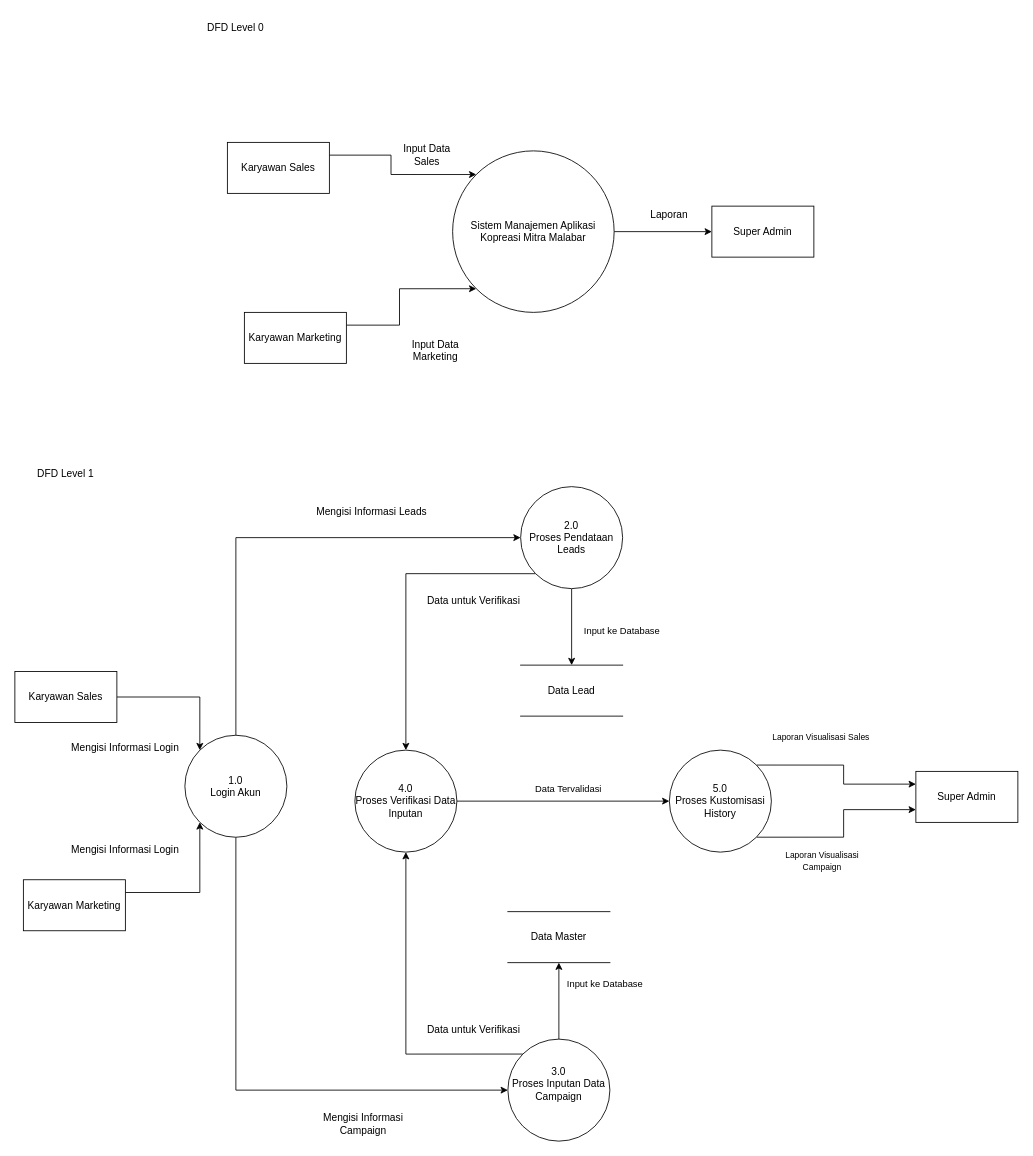
NararyaPutra/Dokumentasi_Project-Koperasi-Mitra-Malabar keeps this draw.io diagram as DFD_Koperasi Mitra Malabar.drawio.xml. Above is the earlier version. Source tidied: cells renumbered, new cells numbered last; positions are measured from the earlier drawing's top-left corner, leaving out a move shared by most shapes. Both pictures are drawn from the tidied source at 85%, with x=0, y=0 at pixel (14, 14).
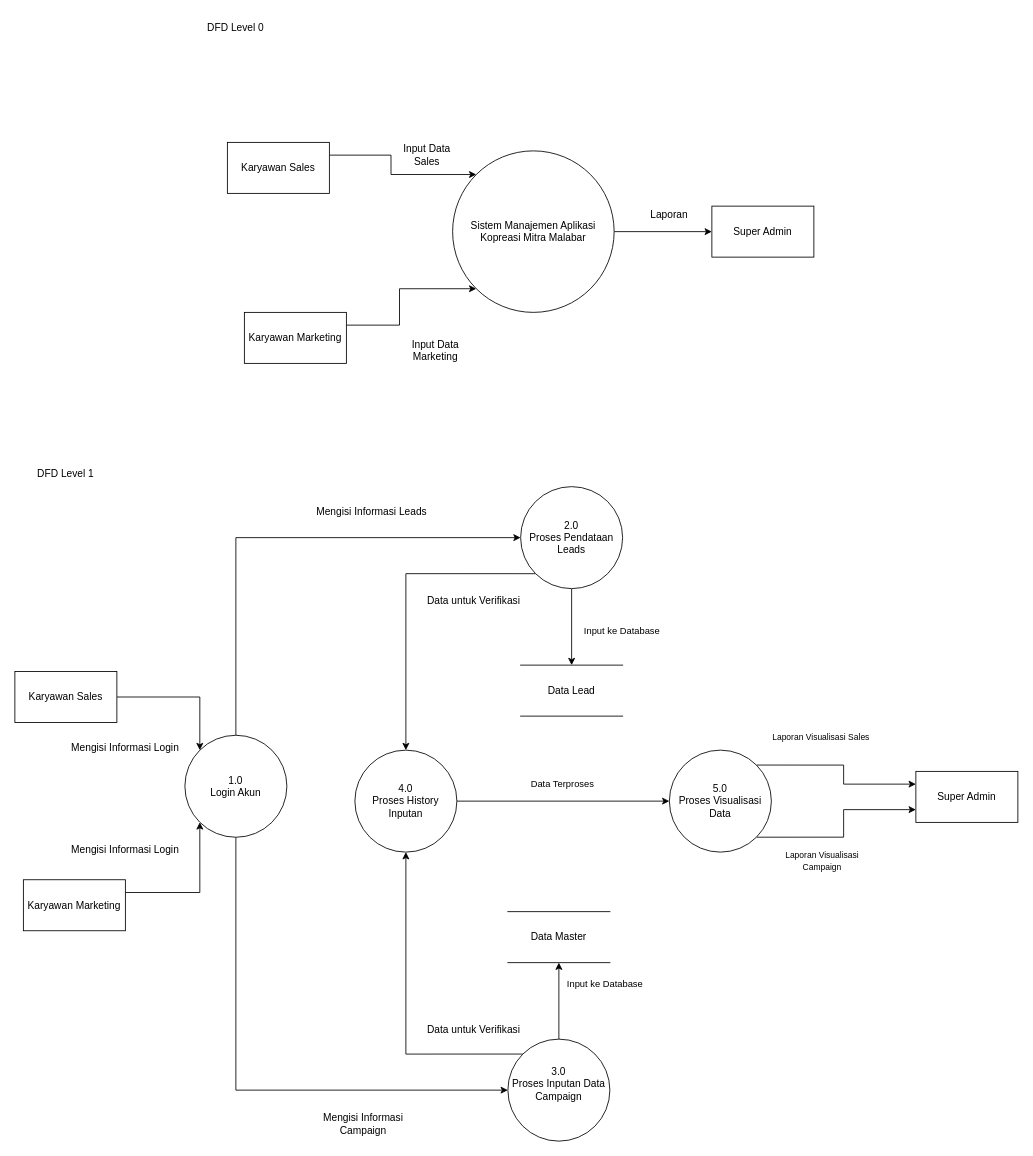
Above is the later version.

Diff of the diagram source:
```diff
@@
-    <mxCell id="29" value="Data Tervalidasi" style="edgeLabel;html=1;align=center;verticalAlign=middle;" parent="1" vertex="1">
-      <mxGeometry x="650" y="910" as="geometry" />
+    <mxCell id="29" value="Data Terproses" style="edgeLabel;html=1;align=center;verticalAlign=middle;" parent="1" vertex="1">
+      <mxGeometry x="650" y="910" as="geometry">
+        <mxPoint x="-7" y="-6" as="offset" />
+      </mxGeometry>
     </mxCell>
@@
-    <mxCell id="32" value="5.0&lt;div&gt;Proses Kustomisasi History&lt;/div&gt;" style="ellipse;whiteSpace=wrap;html=1;" parent="1" vertex="1">
+    <mxCell id="32" value="5.0&lt;div&gt;Proses Visualisasi Data&lt;/div&gt;" style="ellipse;whiteSpace=wrap;html=1;" parent="1" vertex="1">
       <mxGeometry x="770" y="865" width="120" height="120" as="geometry" />
     </mxCell>
@@
-    <mxCell id="34" value="4.0&lt;div&gt;Proses Verifikasi Data Inputan&lt;/div&gt;" style="ellipse;whiteSpace=wrap;html=1;" parent="1" vertex="1">
+    <mxCell id="34" value="4.0&lt;div&gt;Proses History Inputan&lt;/div&gt;" style="ellipse;whiteSpace=wrap;html=1;" parent="1" vertex="1">
       <mxGeometry x="400" y="865" width="120" height="120" as="geometry" />
     </mxCell>
```
